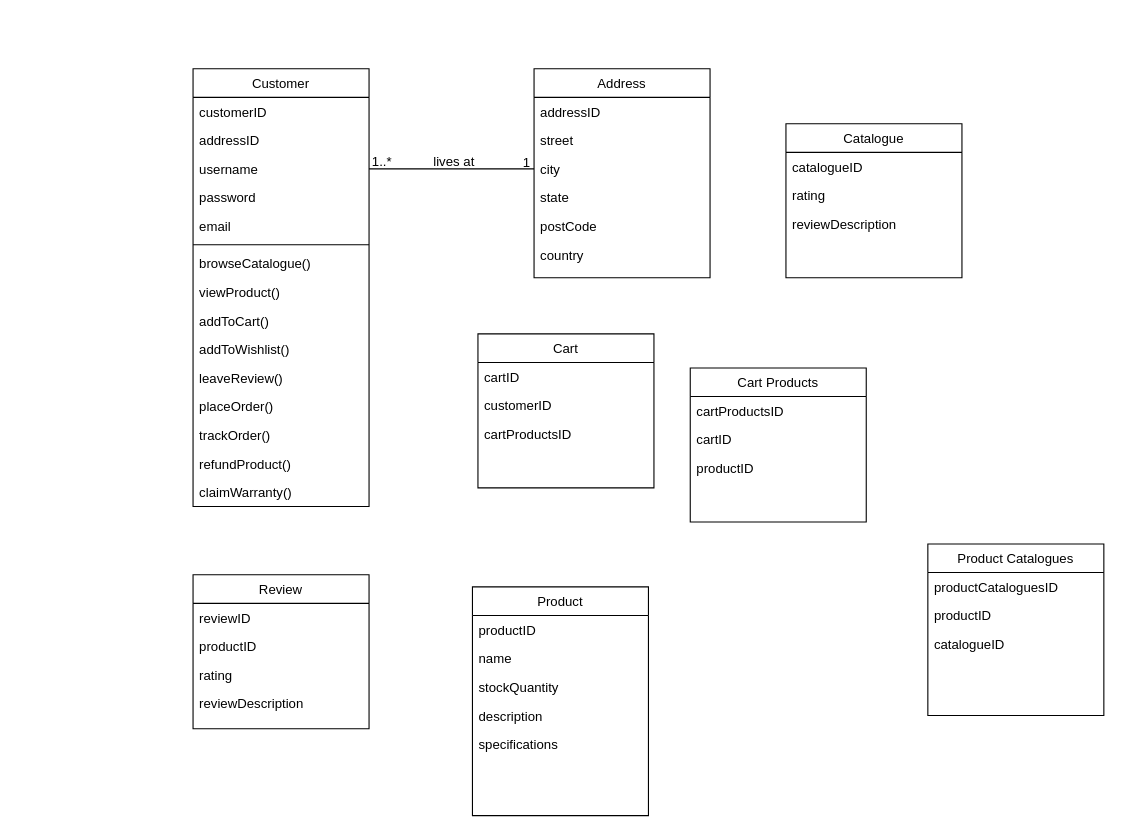
Before: ITC211 System Analysis and Design/Untitled Diagram.drawio in Sam-WebP/CSU, a draw.io diagram. Source tidied: cells renumbered, new cells numbered last; positions are measured from the earlier drawing's top-left corner, leaving out a move shared by most shapes. Both pictures are drawn from the tidied source at 110%, with x=0, y=0 at pixel (193, 68).
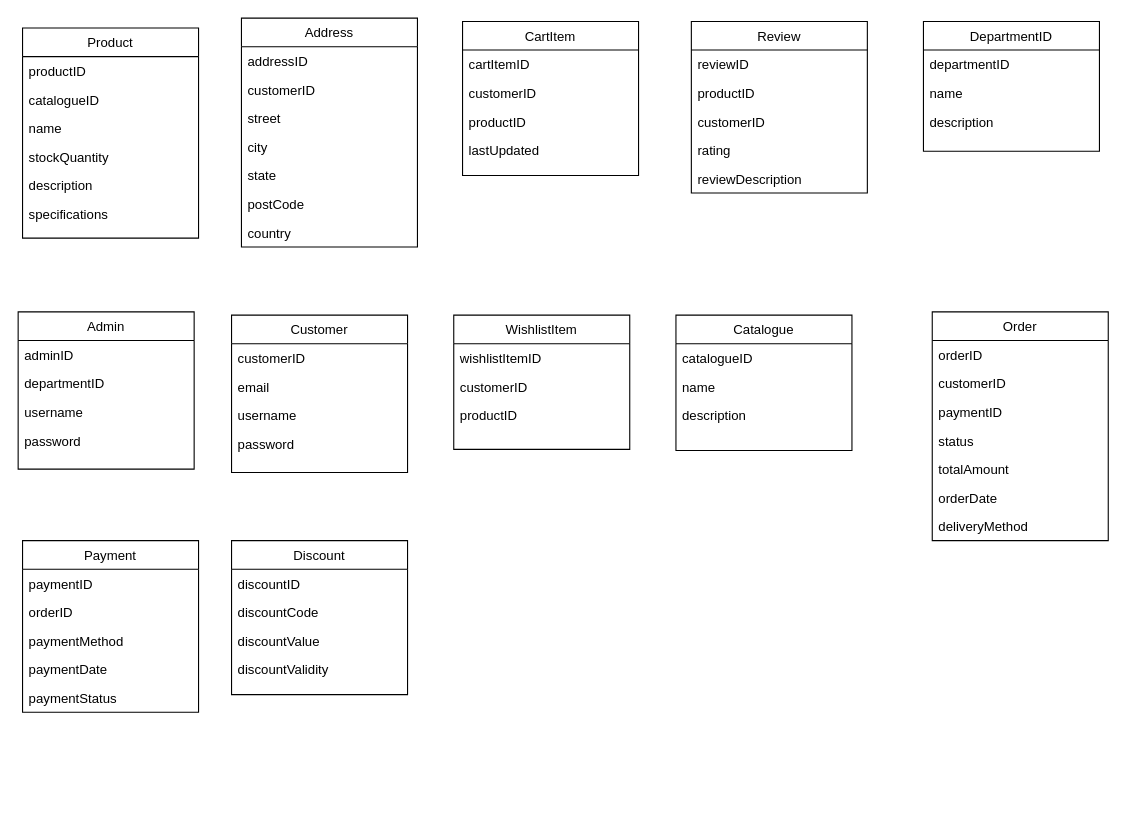
The same page after the edit.

Unchanged cells that the change refers to:
```xml
<mxCell id="5" value="username" style="text;align=left;verticalAlign=top;spacingLeft=4;spacingRight=4;overflow=hidden;points=[[0,0.5],[1,0.5]];portConstraint=eastwest;rounded=0;shadow=0;html=0;" parent="2" vertex="1">
  <mxGeometry y="78" width="160" height="26" as="geometry" />
</mxCell>
```

The edit, as a diff of the source:
```diff
@@
     <mxCell id="2" value="Customer" style="swimlane;fontStyle=0;align=center;verticalAlign=top;horizontal=1;startSize=26;rounded=0;shadow=0;strokeWidth=1;" parent="1" vertex="1">
-      <mxGeometry width="160" height="398" as="geometry" />
+      <mxGeometry x="35" y="224" width="160" height="143" as="geometry" />
     </mxCell>
@@
-    <mxCell id="4" value="addressID" style="text;align=left;verticalAlign=top;spacingLeft=4;spacingRight=4;overflow=hidden;rounded=0;shadow=0;html=0;" parent="2" vertex="1">
-      <mxGeometry y="52" width="160" height="26" as="geometry" />
-    </mxCell>
+    <mxCell id="7" value="email" style="text;align=left;verticalAlign=top;spacingLeft=4;spacingRight=4;overflow=hidden;rounded=0;shadow=0;html=0;" parent="2" vertex="1">
+      <mxGeometry y="52" width="160" height="26" as="geometry" />
+    </mxCell>
@@
-    <mxCell id="7" value="email" style="text;align=left;verticalAlign=top;spacingLeft=4;spacingRight=4;overflow=hidden;rounded=0;shadow=0;html=0;" parent="2" vertex="1">
-      <mxGeometry y="130" width="160" height="26" as="geometry" />
-    </mxCell>
-    <mxCell id="8" style="line;html=1;strokeWidth=1;align=left;verticalAlign=middle;spacingTop=-1;spacingLeft=3;spacingRight=3;labelPosition=right;" parent="2" vertex="1">
-      <mxGeometry y="156" width="160" height="8" as="geometry" />
-    </mxCell>
-    <mxCell id="9" value="browseCatalogue()" style="text;align=left;verticalAlign=top;spacingLeft=4;spacingRight=4;overflow=hidden;" parent="2" vertex="1">
-      <mxGeometry y="164" width="160" height="26" as="geometry" />
-    </mxCell>
-    <mxCell id="10" value="viewProduct()" style="text;align=left;verticalAlign=top;spacingLeft=4;spacingRight=4;overflow=hidden;" parent="2" vertex="1">
-      <mxGeometry y="190" width="160" height="26" as="geometry" />
-    </mxCell>
-    <mxCell id="11" value="addToCart()" style="text;align=left;verticalAlign=top;spacingLeft=4;spacingRight=4;overflow=hidden;" parent="2" vertex="1">
-      <mxGeometry y="216" width="160" height="26" as="geometry" />
-    </mxCell>
-    <mxCell id="12" value="addToWishlist()" style="text;align=left;verticalAlign=top;spacingLeft=4;spacingRight=4;overflow=hidden;" parent="2" vertex="1">
-      <mxGeometry y="242" width="160" height="26" as="geometry" />
-    </mxCell>
-    <mxCell id="13" value="leaveReview()" style="text;align=left;verticalAlign=top;spacingLeft=4;spacingRight=4;overflow=hidden;" parent="2" vertex="1">
-      <mxGeometry y="268" width="160" height="26" as="geometry" />
-    </mxCell>
-    <mxCell id="14" value="placeOrder()" style="text;align=left;verticalAlign=top;spacingLeft=4;spacingRight=4;overflow=hidden;" parent="2" vertex="1">
-      <mxGeometry y="294" width="160" height="26" as="geometry" />
-    </mxCell>
-    <mxCell id="15" value="trackOrder()" style="text;align=left;verticalAlign=top;spacingLeft=4;spacingRight=4;overflow=hidden;" parent="2" vertex="1">
-      <mxGeometry y="320" width="160" height="26" as="geometry" />
-    </mxCell>
-    <mxCell id="16" value="refundProduct()" style="text;align=left;verticalAlign=top;spacingLeft=4;spacingRight=4;overflow=hidden;" parent="2" vertex="1">
-      <mxGeometry y="346" width="160" height="26" as="geometry" />
-    </mxCell>
-    <mxCell id="17" value="claimWarranty()" style="text;align=left;verticalAlign=top;spacingLeft=4;spacingRight=4;overflow=hidden;" parent="2" vertex="1">
-      <mxGeometry y="372" width="160" height="26" as="geometry" />
-    </mxCell>
     <mxCell id="18" value="Address" style="swimlane;fontStyle=0;align=center;verticalAlign=top;horizontal=1;startSize=26;rounded=0;shadow=0;strokeWidth=1;" parent="1" vertex="1">
-      <mxGeometry x="310" width="160" height="190" as="geometry" />
+      <mxGeometry x="44" y="-46" width="160" height="208" as="geometry" />
     </mxCell>
@@
+    <mxCell id="56" value="customerID" style="text;align=left;verticalAlign=top;spacingLeft=4;spacingRight=4;overflow=hidden;" parent="18" vertex="1">
+      <mxGeometry y="52" width="160" height="26" as="geometry" />
+    </mxCell>
     <mxCell id="20" value="street" style="text;align=left;verticalAlign=top;spacingLeft=4;spacingRight=4;overflow=hidden;" parent="18" vertex="1">
-      <mxGeometry y="52" width="160" height="26" as="geometry" />
+      <mxGeometry y="78" width="160" height="26" as="geometry" />
     </mxCell>
     <mxCell id="21" value="city" style="text;align=left;verticalAlign=top;spacingLeft=4;spacingRight=4;overflow=hidden;points=[[0,0.5],[1,0.5]];portConstraint=eastwest;rounded=0;shadow=0;html=0;" parent="18" vertex="1">
-      <mxGeometry y="78" width="160" height="26" as="geometry" />
+      <mxGeometry y="104" width="160" height="26" as="geometry" />
     </mxCell>
     <mxCell id="22" value="state" style="text;align=left;verticalAlign=top;spacingLeft=4;spacingRight=4;overflow=hidden;rounded=0;shadow=0;html=0;" parent="18" vertex="1">
-      <mxGeometry y="104" width="160" height="26" as="geometry" />
+      <mxGeometry y="130" width="160" height="26" as="geometry" />
     </mxCell>
     <mxCell id="23" value="postCode" style="text;align=left;verticalAlign=top;spacingLeft=4;spacingRight=4;overflow=hidden;rounded=0;shadow=0;html=0;" parent="18" vertex="1">
-      <mxGeometry y="130" width="160" height="26" as="geometry" />
+      <mxGeometry y="156" width="160" height="26" as="geometry" />
     </mxCell>
     <mxCell id="24" value="country" style="text;align=left;verticalAlign=top;spacingLeft=4;spacingRight=4;overflow=hidden;rounded=0;shadow=0;html=0;" parent="18" vertex="1">
-      <mxGeometry y="156" width="160" height="26" as="geometry" />
+      <mxGeometry y="182" width="160" height="26" as="geometry" />
     </mxCell>
     <mxCell id="25" value="Review" style="swimlane;fontStyle=0;align=center;verticalAlign=top;horizontal=1;startSize=26;rounded=0;shadow=0;strokeWidth=1;" parent="1" vertex="1">
-      <mxGeometry y="460" width="160" height="140" as="geometry" />
+      <mxGeometry x="453" y="-43" width="160" height="156" as="geometry" />
     </mxCell>
@@
+    <mxCell id="57" value="customerID" style="text;align=left;verticalAlign=top;spacingLeft=4;spacingRight=4;overflow=hidden;" parent="25" vertex="1">
+      <mxGeometry y="78" width="160" height="26" as="geometry" />
+    </mxCell>
     <mxCell id="28" value="rating" style="text;align=left;verticalAlign=top;spacingLeft=4;spacingRight=4;overflow=hidden;rounded=0;shadow=0;html=0;" parent="25" vertex="1">
-      <mxGeometry y="78" width="160" height="26" as="geometry" />
+      <mxGeometry y="104" width="160" height="26" as="geometry" />
     </mxCell>
     <mxCell id="29" value="reviewDescription" style="text;align=left;verticalAlign=top;spacingLeft=4;spacingRight=4;overflow=hidden;rounded=0;shadow=0;html=0;" parent="25" vertex="1">
-      <mxGeometry y="104" width="160" height="26" as="geometry" />
+      <mxGeometry y="130" width="160" height="26" as="geometry" />
     </mxCell>
-    <mxCell id="30" style="endArrow=none;html=1;rounded=0;exitX=1;exitY=0.5;exitDx=0;exitDy=0;entryX=0;entryY=0.5;entryDx=0;entryDy=0;" parent="1" edge="1" source="5" target="21">
-      <mxGeometry relative="1" as="geometry" />
-    </mxCell>
-    <mxCell id="31" value="1..*" style="align=left;verticalAlign=bottom;labelBackgroundColor=none;fontSize=12;" parent="1" vertex="1">
-      <mxGeometry x="161" y="93" as="geometry" />
-    </mxCell>
-    <mxCell id="32" value="lives at" style="text;html=1;align=center;verticalAlign=middle;labelBackgroundColor=none;rounded=0;shadow=0;strokeWidth=1;fontSize=12;" parent="1" vertex="1">
-      <mxGeometry x="230" y="15" as="geometry">
-        <mxPoint x="6" y="69" as="offset" />
-      </mxGeometry>
-    </mxCell>
-    <mxCell id="33" value="1" style="align=right;verticalAlign=bottom;labelBackgroundColor=none;fontSize=12;" parent="1" vertex="1">
-      <mxGeometry x="308" y="94" as="geometry" />
-    </mxCell>
     <mxCell id="34" value="Product" style="swimlane;fontStyle=0;align=center;verticalAlign=top;horizontal=1;startSize=26;rounded=0;shadow=0;strokeWidth=1;" parent="1" vertex="1">
-      <mxGeometry x="254" y="471" width="160" height="208" as="geometry" />
+      <mxGeometry x="-155" y="-37" width="160" height="191" as="geometry" />
     </mxCell>
@@
+    <mxCell id="47" value="catalogueID" style="text;align=left;verticalAlign=top;spacingLeft=4;spacingRight=4;overflow=hidden;" parent="34" vertex="1">
+      <mxGeometry y="52" width="160" height="26" as="geometry" />
+    </mxCell>
     <mxCell id="36" value="name" style="text;align=left;verticalAlign=top;spacingLeft=4;spacingRight=4;overflow=hidden;rounded=0;shadow=0;html=0;" parent="34" vertex="1">
-      <mxGeometry y="52" width="160" height="26" as="geometry" />
+      <mxGeometry y="78" width="160" height="26" as="geometry" />
     </mxCell>
     <mxCell id="37" value="stockQuantity" style="text;align=left;verticalAlign=top;spacingLeft=4;spacingRight=4;overflow=hidden;rounded=0;shadow=0;html=0;" parent="34" vertex="1">
-      <mxGeometry y="78" width="160" height="26" as="geometry" />
+      <mxGeometry y="104" width="160" height="26" as="geometry" />
     </mxCell>
     <mxCell id="38" value="description" style="text;align=left;verticalAlign=top;spacingLeft=4;spacingRight=4;overflow=hidden;rounded=0;shadow=0;html=0;" parent="34" vertex="1">
-      <mxGeometry y="104" width="160" height="26" as="geometry" />
+      <mxGeometry y="130" width="160" height="26" as="geometry" />
     </mxCell>
     <mxCell id="39" value="specifications" style="text;align=left;verticalAlign=top;spacingLeft=4;spacingRight=4;overflow=hidden;rounded=0;shadow=0;html=0;" parent="34" vertex="1">
-      <mxGeometry y="130" width="160" height="26" as="geometry" />
+      <mxGeometry y="156" width="160" height="26" as="geometry" />
     </mxCell>
     <mxCell id="40" value="Catalogue" style="swimlane;fontStyle=0;align=center;verticalAlign=top;horizontal=1;startSize=26;rounded=0;shadow=0;strokeWidth=1;" parent="1" vertex="1">
-      <mxGeometry x="539" y="50" width="160" height="140" as="geometry" />
+      <mxGeometry x="439" y="224" width="160" height="123" as="geometry" />
     </mxCell>
@@
-    <mxCell id="42" value="rating" style="text;align=left;verticalAlign=top;spacingLeft=4;spacingRight=4;overflow=hidden;rounded=0;shadow=0;html=0;" parent="40" vertex="1">
+    <mxCell id="42" value="name" style="text;align=left;verticalAlign=top;spacingLeft=4;spacingRight=4;overflow=hidden;rounded=0;shadow=0;html=0;" parent="40" vertex="1">
       <mxGeometry y="52" width="160" height="26" as="geometry" />
     </mxCell>
-    <mxCell id="43" value="reviewDescription" style="text;align=left;verticalAlign=top;spacingLeft=4;spacingRight=4;overflow=hidden;rounded=0;shadow=0;html=0;" parent="40" vertex="1">
-      <mxGeometry y="78" width="160" height="26" as="geometry" />
+    <mxCell id="43" value="description" style="text;align=left;verticalAlign=top;spacingLeft=4;spacingRight=4;overflow=hidden;rounded=0;shadow=0;html=0;" parent="40" vertex="1">
+      <mxGeometry y="78" width="160" height="27" as="geometry" />
     </mxCell>
-    <mxCell id="44" value="Product Catalogues" style="swimlane;fontStyle=0;align=center;verticalAlign=top;horizontal=1;startSize=26;rounded=0;shadow=0;strokeWidth=1;" parent="1" vertex="1">
-      <mxGeometry x="668" y="432" width="160" height="156" as="geometry" />
-    </mxCell>
-    <mxCell id="45" value="productCataloguesID" style="text;align=left;verticalAlign=top;spacingLeft=4;spacingRight=4;overflow=hidden;" parent="44" vertex="1">
-      <mxGeometry y="26" width="160" height="26" as="geometry" />
-    </mxCell>
-    <mxCell id="46" value="productID" style="text;align=left;verticalAlign=top;spacingLeft=4;spacingRight=4;overflow=hidden;rounded=0;shadow=0;html=0;" parent="44" vertex="1">
-      <mxGeometry y="52" width="160" height="26" as="geometry" />
-    </mxCell>
-    <mxCell id="47" value="catalogueID" style="text;align=left;verticalAlign=top;spacingLeft=4;spacingRight=4;overflow=hidden;" parent="44" vertex="1">
-      <mxGeometry y="78" width="160" height="26" as="geometry" />
-    </mxCell>
-    <mxCell id="48" value="Cart" style="swimlane;fontStyle=0;align=center;verticalAlign=top;horizontal=1;startSize=26;rounded=0;shadow=0;strokeWidth=1;" parent="1" vertex="1">
-      <mxGeometry x="259" y="241" width="160" height="140" as="geometry" />
+    <mxCell id="48" value="CartItem" style="swimlane;fontStyle=0;align=center;verticalAlign=top;horizontal=1;startSize=26;rounded=0;shadow=0;strokeWidth=1;" parent="1" vertex="1">
+      <mxGeometry x="245" y="-43" width="160" height="140" as="geometry" />
     </mxCell>
-    <mxCell id="49" value="cartID" style="text;align=left;verticalAlign=top;spacingLeft=4;spacingRight=4;overflow=hidden;" parent="48" vertex="1">
+    <mxCell id="49" value="cartItemID" style="text;align=left;verticalAlign=top;spacingLeft=4;spacingRight=4;overflow=hidden;" parent="48" vertex="1">
       <mxGeometry y="26" width="160" height="26" as="geometry" />
     </mxCell>
@@
-    <mxCell id="51" value="cartProductsID" style="text;align=left;verticalAlign=top;spacingLeft=4;spacingRight=4;overflow=hidden;rounded=0;shadow=0;html=0;" parent="48" vertex="1">
+    <mxCell id="51" value="productID" style="text;align=left;verticalAlign=top;spacingLeft=4;spacingRight=4;overflow=hidden;rounded=0;shadow=0;html=0;" parent="48" vertex="1">
       <mxGeometry y="78" width="160" height="26" as="geometry" />
     </mxCell>
-    <mxCell id="52" value="Cart Products" style="swimlane;fontStyle=0;align=center;verticalAlign=top;horizontal=1;startSize=26;rounded=0;shadow=0;strokeWidth=1;" parent="1" vertex="1">
-      <mxGeometry x="452" y="272" width="160" height="140" as="geometry" />
-    </mxCell>
-    <mxCell id="53" value="cartProductsID" style="text;align=left;verticalAlign=top;spacingLeft=4;spacingRight=4;overflow=hidden;rounded=0;shadow=0;html=0;" parent="52" vertex="1">
-      <mxGeometry y="26" width="160" height="26" as="geometry" />
-    </mxCell>
-    <mxCell id="54" value="cartID" style="text;align=left;verticalAlign=top;spacingLeft=4;spacingRight=4;overflow=hidden;" parent="52" vertex="1">
-      <mxGeometry y="52" width="160" height="26" as="geometry" />
-    </mxCell>
+    <mxCell id="58" value="lastUpdated" style="text;align=left;verticalAlign=top;spacingLeft=4;spacingRight=4;overflow=hidden;rounded=0;shadow=0;html=0;" parent="48" vertex="1">
+      <mxGeometry y="104" width="160" height="26" as="geometry" />
+    </mxCell>
+    <mxCell id="59" value="WishlistItem" style="swimlane;fontStyle=0;align=center;verticalAlign=top;horizontal=1;startSize=26;rounded=0;shadow=0;strokeWidth=1;" parent="1" vertex="1">
+      <mxGeometry x="237" y="224" width="160" height="122" as="geometry" />
+    </mxCell>
+    <mxCell id="60" value="wishlistItemID" style="text;align=left;verticalAlign=top;spacingLeft=4;spacingRight=4;overflow=hidden;" parent="59" vertex="1">
+      <mxGeometry y="26" width="160" height="26" as="geometry" />
+    </mxCell>
+    <mxCell id="61" value="customerID" style="text;align=left;verticalAlign=top;spacingLeft=4;spacingRight=4;overflow=hidden;" parent="59" vertex="1">
+      <mxGeometry y="52" width="160" height="26" as="geometry" />
+    </mxCell>
-    <mxCell id="55" value="productID" style="text;align=left;verticalAlign=top;spacingLeft=4;spacingRight=4;overflow=hidden;rounded=0;shadow=0;html=0;" parent="52" vertex="1">
+    <mxCell id="55" value="productID" style="text;align=left;verticalAlign=top;spacingLeft=4;spacingRight=4;overflow=hidden;rounded=0;shadow=0;html=0;" parent="59" vertex="1">
       <mxGeometry y="78" width="160" height="26" as="geometry" />
     </mxCell>
+    <mxCell id="62" value="Admin" style="swimlane;fontStyle=0;align=center;verticalAlign=top;horizontal=1;startSize=26;rounded=0;shadow=0;strokeWidth=1;" parent="1" vertex="1">
+      <mxGeometry x="-159" y="221" width="160" height="143" as="geometry" />
+    </mxCell>
+    <mxCell id="63" value="adminID" style="text;align=left;verticalAlign=top;spacingLeft=4;spacingRight=4;overflow=hidden;" parent="62" vertex="1">
+      <mxGeometry y="26" width="160" height="26" as="geometry" />
+    </mxCell>
+    <mxCell id="64" value="departmentID" style="text;align=left;verticalAlign=top;spacingLeft=4;spacingRight=4;overflow=hidden;rounded=0;shadow=0;html=0;" parent="62" vertex="1">
+      <mxGeometry y="52" width="160" height="26" as="geometry" />
+    </mxCell>
+    <mxCell id="65" value="username" style="text;align=left;verticalAlign=top;spacingLeft=4;spacingRight=4;overflow=hidden;rounded=0;shadow=0;html=0;" parent="62" vertex="1">
+      <mxGeometry y="78" width="160" height="26" as="geometry" />
+    </mxCell>
+    <mxCell id="66" value="password" style="text;align=left;verticalAlign=top;spacingLeft=4;spacingRight=4;overflow=hidden;rounded=0;shadow=0;html=0;" parent="62" vertex="1">
+      <mxGeometry y="104" width="160" height="26" as="geometry" />
+    </mxCell>
+    <mxCell id="67" value="DepartmentID" style="swimlane;fontStyle=0;align=center;verticalAlign=top;horizontal=1;startSize=26;rounded=0;shadow=0;strokeWidth=1;" parent="1" vertex="1">
+      <mxGeometry x="664" y="-43" width="160" height="118" as="geometry" />
+    </mxCell>
+    <mxCell id="68" value="departmentID" style="text;align=left;verticalAlign=top;spacingLeft=4;spacingRight=4;overflow=hidden;rounded=0;shadow=0;html=0;" parent="67" vertex="1">
+      <mxGeometry y="26" width="160" height="26" as="geometry" />
+    </mxCell>
+    <mxCell id="69" value="name" style="text;align=left;verticalAlign=top;spacingLeft=4;spacingRight=4;overflow=hidden;rounded=0;shadow=0;html=0;" parent="67" vertex="1">
+      <mxGeometry y="52" width="160" height="26" as="geometry" />
+    </mxCell>
+    <mxCell id="70" value="description" style="text;align=left;verticalAlign=top;spacingLeft=4;spacingRight=4;overflow=hidden;rounded=0;shadow=0;html=0;" parent="67" vertex="1">
+      <mxGeometry y="78" width="160" height="26" as="geometry" />
+    </mxCell>
+    <mxCell id="71" value="Order" style="swimlane;fontStyle=0;align=center;verticalAlign=top;horizontal=1;startSize=26;rounded=0;shadow=0;strokeWidth=1;" parent="1" vertex="1">
+      <mxGeometry x="672" y="221" width="160" height="208" as="geometry" />
+    </mxCell>
+    <mxCell id="72" value="orderID" style="text;align=left;verticalAlign=top;spacingLeft=4;spacingRight=4;overflow=hidden;" parent="71" vertex="1">
+      <mxGeometry y="26" width="160" height="26" as="geometry" />
+    </mxCell>
+    <mxCell id="73" value="customerID" style="text;align=left;verticalAlign=top;spacingLeft=4;spacingRight=4;overflow=hidden;" parent="71" vertex="1">
+      <mxGeometry y="52" width="160" height="26" as="geometry" />
+    </mxCell>
+    <mxCell id="74" value="paymentID" style="text;align=left;verticalAlign=top;spacingLeft=4;spacingRight=4;overflow=hidden;" parent="71" vertex="1">
+      <mxGeometry y="78" width="160" height="26" as="geometry" />
+    </mxCell>
+    <mxCell id="75" value="status" style="text;align=left;verticalAlign=top;spacingLeft=4;spacingRight=4;overflow=hidden;rounded=0;shadow=0;html=0;" parent="71" vertex="1">
+      <mxGeometry y="104" width="160" height="26" as="geometry" />
+    </mxCell>
+    <mxCell id="76" value="totalAmount" style="text;align=left;verticalAlign=top;spacingLeft=4;spacingRight=4;overflow=hidden;rounded=0;shadow=0;html=0;" parent="71" vertex="1">
+      <mxGeometry y="130" width="160" height="26" as="geometry" />
+    </mxCell>
+    <mxCell id="77" value="orderDate" style="text;align=left;verticalAlign=top;spacingLeft=4;spacingRight=4;overflow=hidden;rounded=0;shadow=0;html=0;" parent="71" vertex="1">
+      <mxGeometry y="156" width="160" height="26" as="geometry" />
+    </mxCell>
+    <mxCell id="78" value="deliveryMethod" style="text;align=left;verticalAlign=top;spacingLeft=4;spacingRight=4;overflow=hidden;rounded=0;shadow=0;html=0;" parent="71" vertex="1">
+      <mxGeometry y="182" width="160" height="26" as="geometry" />
+    </mxCell>
+    <mxCell id="79" value="Payment" style="swimlane;fontStyle=0;align=center;verticalAlign=top;horizontal=1;startSize=26;rounded=0;shadow=0;strokeWidth=1;" parent="1" vertex="1">
+      <mxGeometry x="-155" y="429" width="160" height="156" as="geometry" />
+    </mxCell>
+    <mxCell id="80" value="paymentID" style="text;align=left;verticalAlign=top;spacingLeft=4;spacingRight=4;overflow=hidden;" parent="79" vertex="1">
+      <mxGeometry y="26" width="160" height="26" as="geometry" />
+    </mxCell>
+    <mxCell id="81" value="orderID" style="text;align=left;verticalAlign=top;spacingLeft=4;spacingRight=4;overflow=hidden;rounded=0;shadow=0;html=0;" parent="79" vertex="1">
+      <mxGeometry y="52" width="160" height="26" as="geometry" />
+    </mxCell>
+    <mxCell id="82" value="paymentMethod" style="text;align=left;verticalAlign=top;spacingLeft=4;spacingRight=4;overflow=hidden;" parent="79" vertex="1">
+      <mxGeometry y="78" width="160" height="26" as="geometry" />
+    </mxCell>
+    <mxCell id="83" value="paymentDate" style="text;align=left;verticalAlign=top;spacingLeft=4;spacingRight=4;overflow=hidden;rounded=0;shadow=0;html=0;" parent="79" vertex="1">
+      <mxGeometry y="104" width="160" height="26" as="geometry" />
+    </mxCell>
+    <mxCell id="84" value="paymentStatus" style="text;align=left;verticalAlign=top;spacingLeft=4;spacingRight=4;overflow=hidden;rounded=0;shadow=0;html=0;" parent="79" vertex="1">
+      <mxGeometry y="130" width="160" height="26" as="geometry" />
+    </mxCell>
+    <mxCell id="85" value="Discount" style="swimlane;fontStyle=0;align=center;verticalAlign=top;horizontal=1;startSize=26;rounded=0;shadow=0;strokeWidth=1;" parent="1" vertex="1">
+      <mxGeometry x="35" y="429" width="160" height="140" as="geometry" />
+    </mxCell>
+    <mxCell id="86" value="discountID&#10;" style="text;align=left;verticalAlign=top;spacingLeft=4;spacingRight=4;overflow=hidden;" parent="85" vertex="1">
+      <mxGeometry y="26" width="160" height="26" as="geometry" />
+    </mxCell>
+    <mxCell id="87" value="discountCode" style="text;align=left;verticalAlign=top;spacingLeft=4;spacingRight=4;overflow=hidden;" parent="85" vertex="1">
+      <mxGeometry y="52" width="160" height="26" as="geometry" />
+    </mxCell>
+    <mxCell id="88" value="discountValue" style="text;align=left;verticalAlign=top;spacingLeft=4;spacingRight=4;overflow=hidden;rounded=0;shadow=0;html=0;" parent="85" vertex="1">
+      <mxGeometry y="78" width="160" height="26" as="geometry" />
+    </mxCell>
+    <mxCell id="89" value="discountValidity" style="text;align=left;verticalAlign=top;spacingLeft=4;spacingRight=4;overflow=hidden;rounded=0;shadow=0;html=0;" parent="85" vertex="1">
+      <mxGeometry y="104" width="160" height="26" as="geometry" />
+    </mxCell>
```
